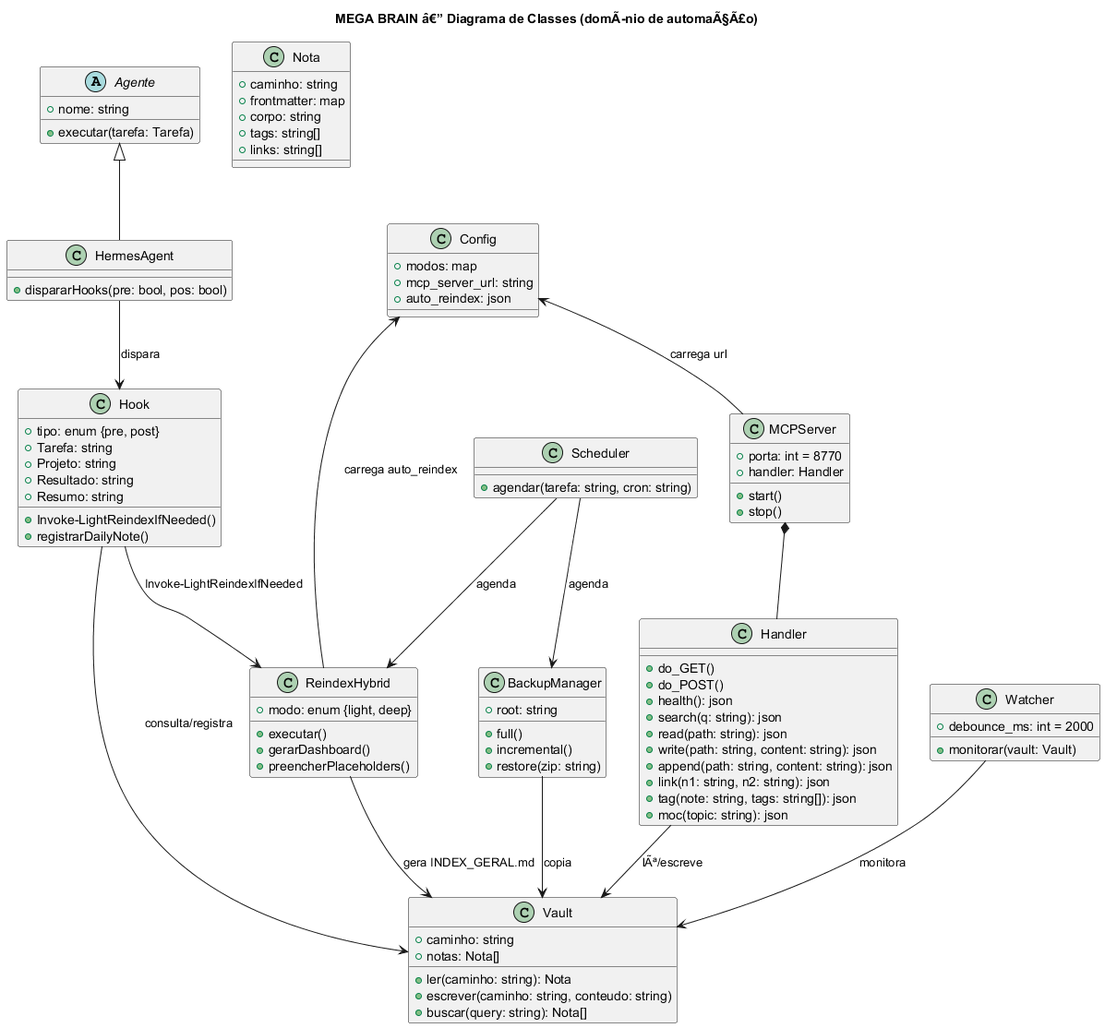
The PlantUML diagram docs/uml/class-diagram.png in marceloacaci/mega-brain, before a commit. The source it was exported from:
```plantuml
@startuml
title MEGA BRAIN â€” Diagrama de Classes (domÃ­nio de automaÃ§Ã£o)

abstract class Agente {
  + nome: string
  + executar(tarefa: Tarefa)
}

class HermesAgent extends Agente {
  + dispararHooks(pre: bool, pos: bool)
}

class Vault {
  + caminho: string
  + notas: Nota[]
  + ler(caminho: string): Nota
  + escrever(caminho: string, conteudo: string)
  + buscar(query: string): Nota[]
}

class Nota {
  + caminho: string
  + frontmatter: map
  + corpo: string
  + tags: string[]
  + links: string[]
}

class MCPServer {
  + porta: int = 8770
  + handler: Handler
  + start()
  + stop()
}

class Handler {
  + do_GET()
  + do_POST()
  + health(): json
  + search(q: string): json
  + read(path: string): json
  + write(path: string, content: string): json
  + append(path: string, content: string): json
  + link(n1: string, n2: string): json
  + tag(note: string, tags: string[]): json
  + moc(topic: string): json
}

class Hook {
  + tipo: enum {pre, post}
  + Tarefa: string
  + Projeto: string
  + Resultado: string
  + Resumo: string
  + Invoke-LightReindexIfNeeded()
  + registrarDailyNote()
}

class ReindexHybrid {
  + modo: enum {light, deep}
  + executar()
  + gerarDashboard()
  + preencherPlaceholders()
}

class Watcher {
  + debounce_ms: int = 2000
  + monitorar(vault: Vault)
}

class BackupManager {
  + root: string
  + full()
  + incremental()
  + restore(zip: string)
}

class Scheduler {
  + agendar(tarefa: string, cron: string)
}

class Config {
  + modos: map
  + mcp_server_url: string
  + auto_reindex: json
}

HermesAgent --> Hook : dispara
Hook --> Vault : consulta/registra
Hook --> ReindexHybrid : Invoke-LightReindexIfNeeded
MCPServer *-- Handler
Handler --> Vault : lÃª/escreve
ReindexHybrid --> Vault : gera INDEX_GERAL.md
Watcher --> Vault : monitora
BackupManager --> Vault : copia
Scheduler --> ReindexHybrid : agenda
Scheduler --> BackupManager : agenda
Config <-- MCPServer : carrega url
Config <-- ReindexHybrid : carrega auto_reindex
@enduml
```
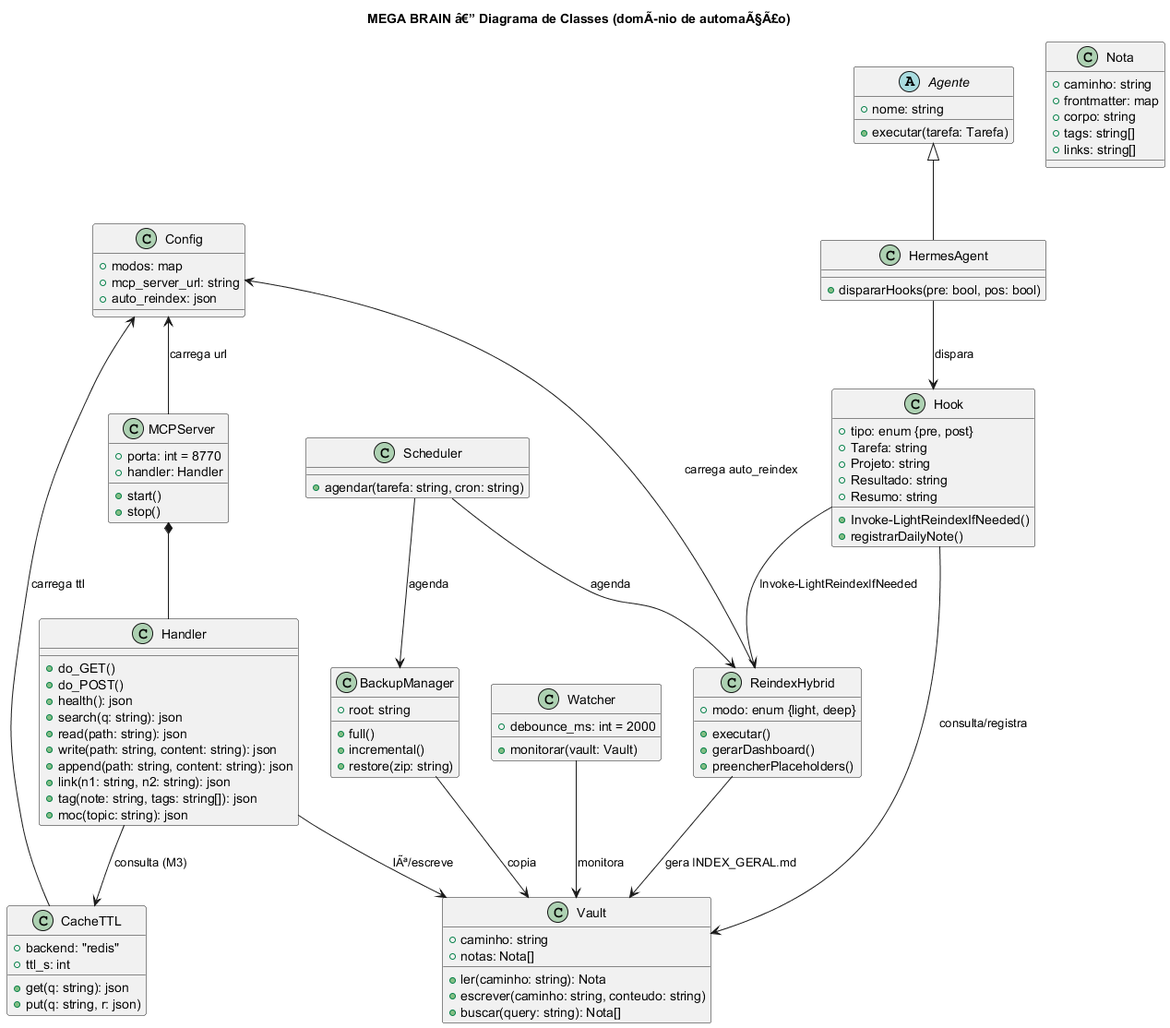
Above is the later version.

The edit, as a diff of the source:
```diff
@@ -85,11 +85,19 @@
   + auto_reindex: json
 }
 
+class CacheTTL {
+  + backend: "redis"
+  + ttl_s: int
+  + get(q: string): json
+  + put(q: string, r: json)
+}
+
 HermesAgent --> Hook : dispara
 Hook --> Vault : consulta/registra
 Hook --> ReindexHybrid : Invoke-LightReindexIfNeeded
 MCPServer *-- Handler
 Handler --> Vault : lÃª/escreve
+Handler --> CacheTTL : consulta (M3)
 ReindexHybrid --> Vault : gera INDEX_GERAL.md
 Watcher --> Vault : monitora
 BackupManager --> Vault : copia
@@ -97,4 +105,5 @@
 Scheduler --> BackupManager : agenda
 Config <-- MCPServer : carrega url
 Config <-- ReindexHybrid : carrega auto_reindex
+Config <-- CacheTTL : carrega ttl
 @enduml
```
